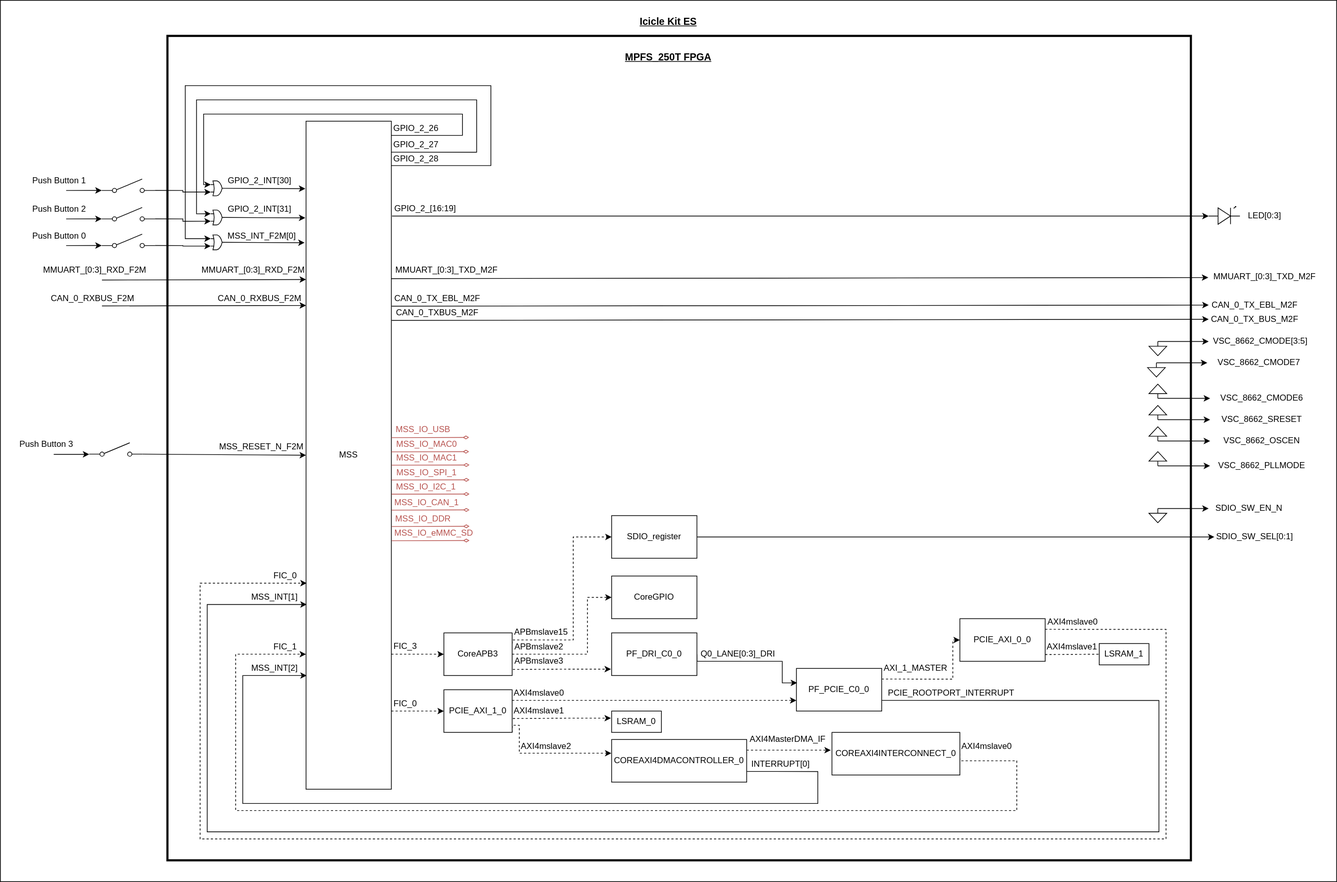
Before: block_diagram.svg, a diagram exported from draw.io (polarfire-soc/icicle-kit-reference-design). Source tidied: cells renumbered, new cells last; positions are measured from the earlier drawing's top-left corner, leaving out a move shared by most shapes.
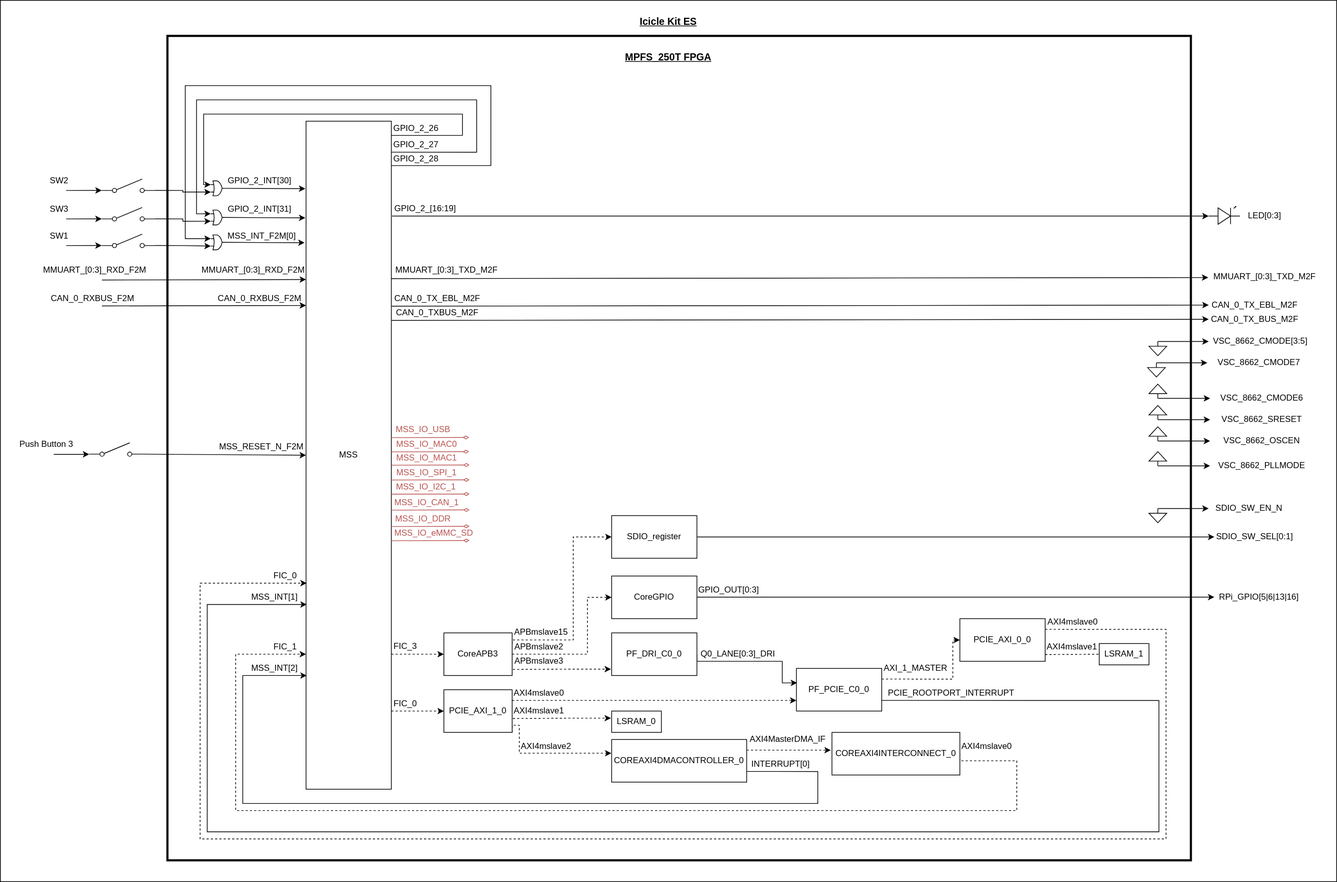
After the change.

Commit message:
Updated block diagram to fix incorrect IRQ connections and add coreGPIO connection to RPi I/Os. Updated readme to include interrupt mapping table and add section on running BFM simulations.

The edit, as a diff of the source:
```diff
@@ -228,7 +228,7 @@
         <mxPoint x="92.5" y="345" as="sourcePoint" />
       </mxGeometry>
     </mxCell>
-    <mxCell id="50" value="Push Button 0" style="text;html=1;strokeColor=none;fillColor=none;align=center;verticalAlign=middle;whiteSpace=wrap;rounded=0;" parent="1" vertex="1">
+    <mxCell id="50" value="SW1" style="text;html=1;strokeColor=none;fillColor=none;align=center;verticalAlign=middle;whiteSpace=wrap;rounded=0;" parent="1" vertex="1">
       <mxGeometry x="42.5" y="321.5" width="80" height="20" as="geometry" />
     </mxCell>
     <mxCell id="51" style="edgeStyle=orthogonalEdgeStyle;rounded=0;jettySize=auto;html=1;exitX=1;exitY=0.84;exitDx=0;exitDy=0;exitPerimeter=0;entryX=0;entryY=0.75;entryDx=0;entryDy=0;entryPerimeter=0;" parent="1" edge="1" source="52" target="60">
@@ -242,7 +242,7 @@
         <mxPoint x="92.5" y="307.5" as="sourcePoint" />
       </mxGeometry>
     </mxCell>
-    <mxCell id="54" value="Push Button 2" style="text;html=1;strokeColor=none;fillColor=none;align=center;verticalAlign=middle;whiteSpace=wrap;rounded=0;" parent="1" vertex="1">
+    <mxCell id="54" value="SW3" style="text;html=1;strokeColor=none;fillColor=none;align=center;verticalAlign=middle;whiteSpace=wrap;rounded=0;" parent="1" vertex="1">
       <mxGeometry x="42.5" y="284" width="80" height="20" as="geometry" />
     </mxCell>
     <mxCell id="55" style="edgeStyle=orthogonalEdgeStyle;rounded=0;jettySize=auto;html=1;exitX=1;exitY=0.84;exitDx=0;exitDy=0;exitPerimeter=0;entryX=0;entryY=0.75;entryDx=0;entryDy=0;entryPerimeter=0;" parent="1" edge="1" source="56" target="59">
@@ -256,7 +256,7 @@
         <mxPoint x="92.5" y="267.5" as="sourcePoint" />
       </mxGeometry>
     </mxCell>
-    <mxCell id="58" value="Push Button 1" style="text;html=1;strokeColor=none;fillColor=none;align=center;verticalAlign=middle;whiteSpace=wrap;rounded=0;" parent="1" vertex="1">
+    <mxCell id="58" value="SW2" style="text;html=1;strokeColor=none;fillColor=none;align=center;verticalAlign=middle;whiteSpace=wrap;rounded=0;" parent="1" vertex="1">
       <mxGeometry x="42.5" y="244" width="80" height="20" as="geometry" />
     </mxCell>
     <mxCell id="59" style="verticalLabelPosition=bottom;shadow=0;dashed=0;align=center;html=1;verticalAlign=top;shape=mxgraph.electrical.logic_gates.logic_gate;operation=or;" parent="1" vertex="1">
@@ -599,5 +599,17 @@
     <mxCell id="145" value="MSS_RESET_N_F2M" style="text;html=1;strokeColor=none;fillColor=none;align=center;verticalAlign=middle;whiteSpace=wrap;rounded=0;" parent="1" vertex="1">
       <mxGeometry x="334.9" y="617.5" width="65.1" height="21.2" as="geometry" />
     </mxCell>
+    <mxCell id="146" style="edgeStyle=none;rounded=0;orthogonalLoop=1;jettySize=auto;html=1;exitX=1;exitY=0.5;exitDx=0;exitDy=0;entryX=0;entryY=0.5;entryDx=0;entryDy=0;" parent="1" edge="1">
+      <mxGeometry relative="1" as="geometry">
+        <mxPoint x="980" y="839.7" as="sourcePoint" />
+        <mxPoint x="1708" y="839.7" as="targetPoint" />
+      </mxGeometry>
+    </mxCell>
+    <mxCell id="147" value="RPi_GPIO[5|6|13|16]" style="text;html=1;strokeColor=none;fillColor=none;align=center;verticalAlign=middle;whiteSpace=wrap;rounded=0;" parent="1" vertex="1">
+      <mxGeometry x="1714" y="830" width="114" height="20" as="geometry" />
+    </mxCell>
+    <mxCell id="148" value="GPIO_OUT[0:3]" style="text;html=1;strokeColor=none;fillColor=none;align=center;verticalAlign=middle;whiteSpace=wrap;rounded=0;" parent="1" vertex="1">
+      <mxGeometry x="990" y="820" width="70" height="20" as="geometry" />
+    </mxCell>
   </root>
 </mxGraphModel>
```
